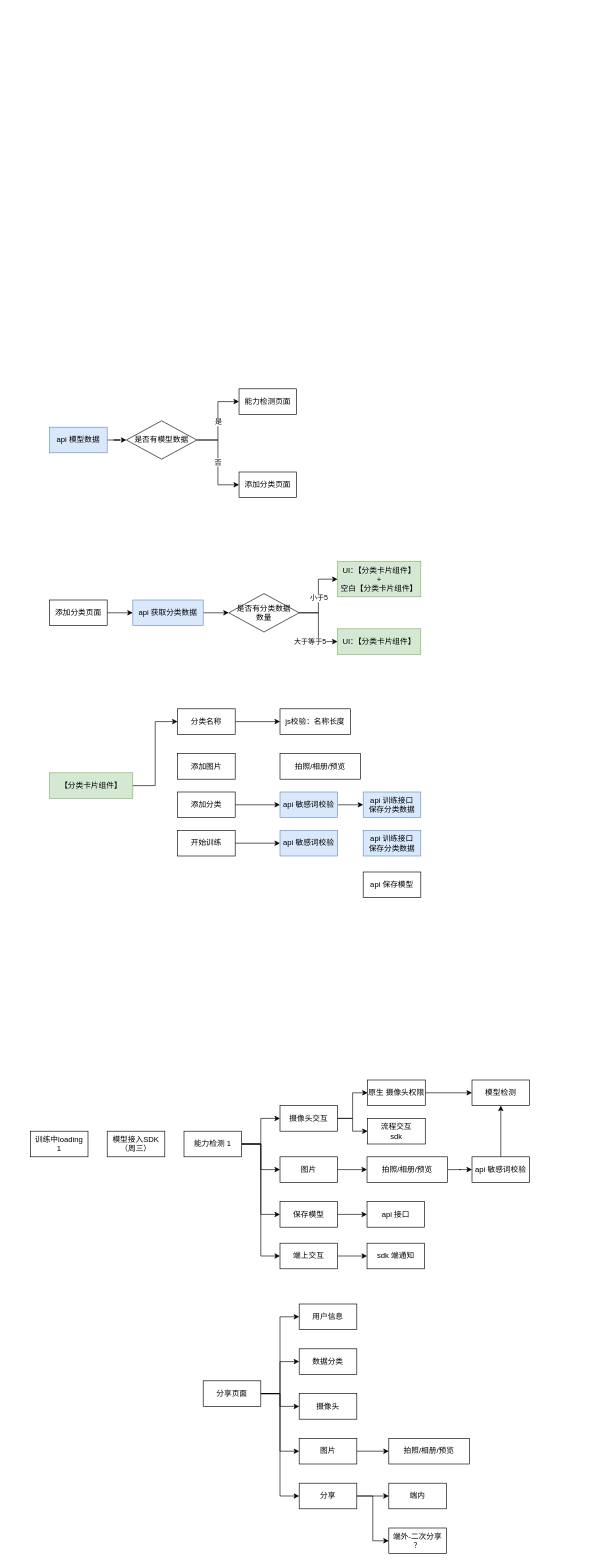
Above: page "物品识别" (9 of 9) of my-project/未命名绘图.drawio in gmtaurus/ceshi (draw.io), before the change. Source tidied: cells renumbered, new cells numbered last; positions are measured from the earlier drawing's top-left corner, leaving out a move shared by most shapes. Both pictures are drawn from the tidied source at 64%, with x=0, y=0 at pixel (30, 388).
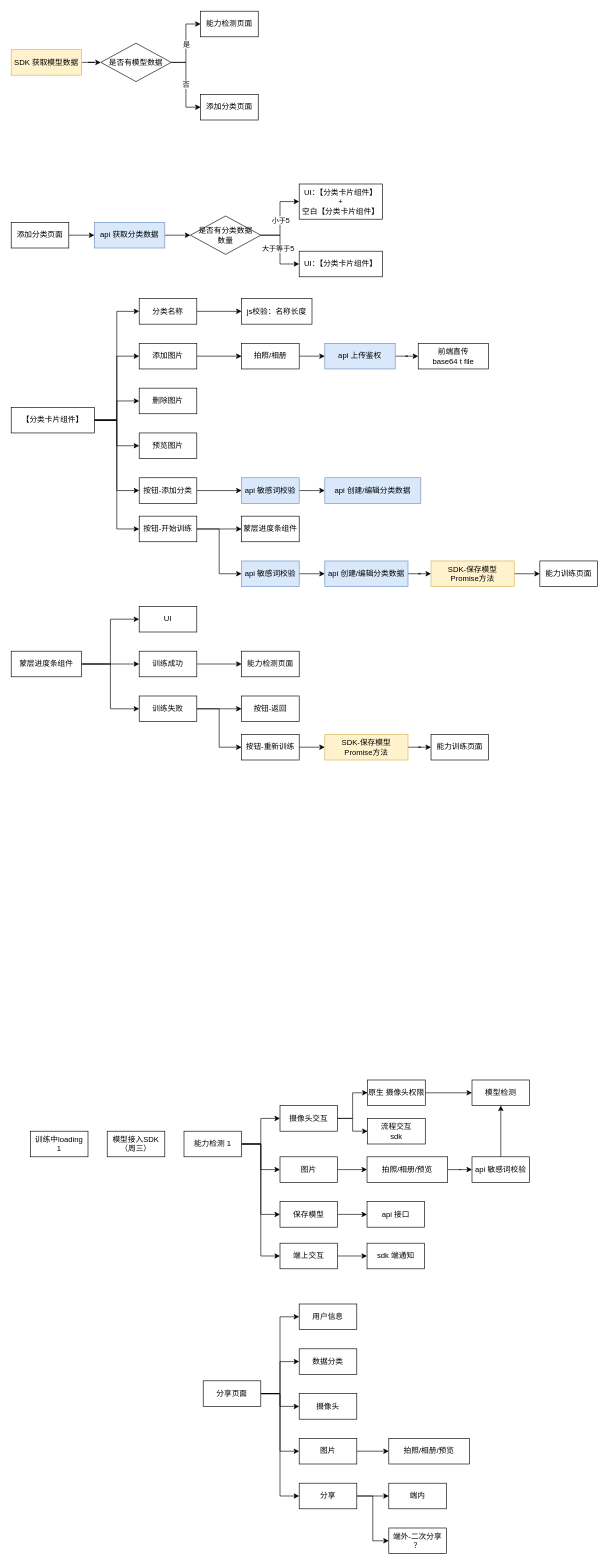
The same page after the edit.

Commit message (it also covers changes not shown here):
更新未命名绘图.drawio

Unchanged cells that the change refers to:
```xml
<mxCell id="60" style="edgeStyle=orthogonalEdgeStyle;rounded=0;jettySize=auto;html=1;exitX=1;exitY=0.5;exitDx=0;exitDy=0;entryX=0;entryY=0.5;entryDx=0;entryDy=0;" parent="1" edge="1" source="62" target="63">
  <mxGeometry relative="1" as="geometry" />
</mxCell>
```

Change to the diagram source:
```diff
@@
-    <mxCell id="28" value="api 模型数据" style="rounded=0;whiteSpace=wrap;html=1;fillColor=#dae8fc;strokeColor=#6c8ebf;" parent="1" vertex="1">
-      <mxGeometry x="30" y="60" width="90" height="40" as="geometry" />
+    <mxCell id="28" value="SDK 获取模型数据" style="rounded=0;whiteSpace=wrap;html=1;fillColor=#fff2cc;strokeColor=#d6b656;" parent="1" vertex="1">
+      <mxGeometry x="-30" y="-530" width="110" height="40" as="geometry" />
     </mxCell>
@@
     <mxCell id="32" value="能力检测页面" style="rounded=0;whiteSpace=wrap;html=1;" parent="1" vertex="1">
-      <mxGeometry x="326" width="90" height="40" as="geometry" />
+      <mxGeometry x="266" y="-590" width="90" height="40" as="geometry" />
     </mxCell>
@@
     <mxCell id="51" value="添加分类页面" style="rounded=0;whiteSpace=wrap;html=1;" parent="1" vertex="1">
-      <mxGeometry x="326" y="130" width="90" height="40" as="geometry" />
+      <mxGeometry x="266" y="-460" width="90" height="40" as="geometry" />
     </mxCell>
     <mxCell id="52" value="是否有模型数据" style="rhombus;whiteSpace=wrap;html=1;" parent="1" vertex="1">
-      <mxGeometry x="150" y="50" width="110" height="60" as="geometry" />
+      <mxGeometry x="110" y="-540" width="110" height="60" as="geometry" />
     </mxCell>
@@
     <mxCell id="54" value="api 获取分类数据" style="rounded=0;whiteSpace=wrap;html=1;fillColor=#dae8fc;strokeColor=#6c8ebf;" parent="1" vertex="1">
-      <mxGeometry x="160" y="330" width="110" height="40" as="geometry" />
+      <mxGeometry x="100" y="-260" width="110" height="40" as="geometry" />
     </mxCell>
@@
     <mxCell id="56" value="添加分类页面" style="rounded=0;whiteSpace=wrap;html=1;" parent="1" vertex="1">
-      <mxGeometry x="30" y="330" width="90" height="40" as="geometry" />
+      <mxGeometry x="-30" y="-260" width="90" height="40" as="geometry" />
     </mxCell>
-    <mxCell id="57" value="UI：【分类卡片组件】&lt;br&gt;+&lt;br&gt;空白【分类卡片组件】" style="rounded=0;whiteSpace=wrap;html=1;fillColor=#d5e8d4;strokeColor=#82b366;" parent="1" vertex="1">
-      <mxGeometry x="480" y="270" width="130" height="55" as="geometry" />
+    <mxCell id="57" value="UI：【分类卡片组件】&lt;br&gt;+&lt;br&gt;空白【分类卡片组件】" style="rounded=0;whiteSpace=wrap;html=1;" parent="1" vertex="1">
+      <mxGeometry x="420" y="-320" width="130" height="55" as="geometry" />
     </mxCell>
@@
     <mxCell id="61" value="大于等于5" style="edgeLabel;html=1;align=center;verticalAlign=middle;" parent="60" vertex="1">
       <mxGeometry x="0.5" y="2" relative="1" as="geometry">
-        <mxPoint x="-18" y="2" as="offset" />
+        <mxPoint x="-8" y="-23" as="offset" />
       </mxGeometry>
     </mxCell>
     <mxCell id="62" value="是否有分类数据&lt;br&gt;数量" style="rhombus;whiteSpace=wrap;html=1;" parent="1" vertex="1">
-      <mxGeometry x="310" y="320" width="110" height="60" as="geometry" />
+      <mxGeometry x="250" y="-270" width="110" height="60" as="geometry" />
     </mxCell>
-    <mxCell id="63" value="UI：【分类卡片组件】" style="rounded=0;whiteSpace=wrap;html=1;fillColor=#d5e8d4;strokeColor=#82b366;" parent="1" vertex="1">
-      <mxGeometry x="480" y="375" width="130" height="40" as="geometry" />
+    <mxCell id="63" value="UI：【分类卡片组件】" style="rounded=0;whiteSpace=wrap;html=1;" parent="1" vertex="1">
+      <mxGeometry x="420" y="-215" width="130" height="40" as="geometry" />
     </mxCell>
@@
+    <mxCell id="81" style="edgeStyle=orthogonalEdgeStyle;rounded=0;jettySize=auto;html=1;exitX=1;exitY=0.5;exitDx=0;exitDy=0;entryX=0;entryY=0.5;entryDx=0;entryDy=0;" parent="1" edge="1" source="65" target="68">
+      <mxGeometry relative="1" as="geometry" />
+    </mxCell>
+    <mxCell id="82" style="edgeStyle=orthogonalEdgeStyle;rounded=0;jettySize=auto;html=1;exitX=1;exitY=0.5;exitDx=0;exitDy=0;entryX=0;entryY=0.5;entryDx=0;entryDy=0;" parent="1" edge="1" source="65" target="72">
+      <mxGeometry relative="1" as="geometry" />
+    </mxCell>
+    <mxCell id="83" style="edgeStyle=orthogonalEdgeStyle;rounded=0;jettySize=auto;html=1;entryX=0;entryY=0.5;entryDx=0;entryDy=0;exitX=1;exitY=0.5;exitDx=0;exitDy=0;" parent="1" edge="1" source="65" target="70">
+      <mxGeometry relative="1" as="geometry" />
+    </mxCell>
+    <mxCell id="84" style="edgeStyle=orthogonalEdgeStyle;rounded=0;jettySize=auto;html=1;exitX=1;exitY=0.5;exitDx=0;exitDy=0;entryX=0;entryY=0.5;entryDx=0;entryDy=0;" parent="1" edge="1" source="65" target="92">
+      <mxGeometry relative="1" as="geometry" />
+    </mxCell>
+    <mxCell id="85" style="edgeStyle=orthogonalEdgeStyle;rounded=0;jettySize=auto;html=1;exitX=1;exitY=0.5;exitDx=0;exitDy=0;entryX=0;entryY=0.5;entryDx=0;entryDy=0;" parent="1" edge="1" source="65" target="93">
+      <mxGeometry relative="1" as="geometry" />
+    </mxCell>
-    <mxCell id="65" value="【分类卡片组件】" style="rounded=0;whiteSpace=wrap;html=1;fillColor=#d5e8d4;strokeColor=#82b366;" parent="1" vertex="1">
-      <mxGeometry x="30" y="600" width="130" height="40" as="geometry" />
+    <mxCell id="65" value="【分类卡片组件】" style="rounded=0;whiteSpace=wrap;html=1;" parent="1" vertex="1">
+      <mxGeometry x="-30" y="29" width="130" height="40" as="geometry" />
     </mxCell>
@@
     <mxCell id="67" value="分类名称" style="rounded=0;whiteSpace=wrap;html=1;" parent="1" vertex="1">
-      <mxGeometry x="230" y="500" width="90" height="40" as="geometry" />
+      <mxGeometry x="170" y="-141" width="90" height="40" as="geometry" />
     </mxCell>
+    <mxCell id="86" style="edgeStyle=orthogonalEdgeStyle;rounded=0;jettySize=auto;html=1;" parent="1" edge="1" source="68" target="80">
+      <mxGeometry relative="1" as="geometry" />
+    </mxCell>
     <mxCell id="68" value="添加图片" style="rounded=0;whiteSpace=wrap;html=1;" parent="1" vertex="1">
-      <mxGeometry x="230" y="570" width="90" height="40" as="geometry" />
+      <mxGeometry x="170" y="-71" width="90" height="40" as="geometry" />
     </mxCell>
@@
-    <mxCell id="70" value="添加分类" style="rounded=0;whiteSpace=wrap;html=1;" parent="1" vertex="1">
-      <mxGeometry x="230" y="630" width="90" height="40" as="geometry" />
+    <mxCell id="70" value="按钮-添加分类" style="rounded=0;whiteSpace=wrap;html=1;" parent="1" vertex="1">
+      <mxGeometry x="170" y="139" width="90" height="40" as="geometry" />
     </mxCell>
+    <mxCell id="87" style="edgeStyle=orthogonalEdgeStyle;rounded=0;jettySize=auto;html=1;" parent="1" edge="1" source="72" target="97">
+      <mxGeometry relative="1" as="geometry" />
+    </mxCell>
-    <mxCell id="71" style="edgeStyle=orthogonalEdgeStyle;rounded=0;jettySize=auto;html=1;" parent="1" edge="1" source="72" target="76">
+    <mxCell id="71" style="edgeStyle=orthogonalEdgeStyle;rounded=0;jettySize=auto;html=1;exitX=1;exitY=0.5;exitDx=0;exitDy=0;entryX=0;entryY=0.5;entryDx=0;entryDy=0;" parent="1" edge="1" source="72" target="76">
       <mxGeometry relative="1" as="geometry" />
     </mxCell>
-    <mxCell id="72" value="开始训练" style="rounded=0;whiteSpace=wrap;html=1;" parent="1" vertex="1">
-      <mxGeometry x="230" y="690" width="90" height="40" as="geometry" />
+    <mxCell id="72" value="按钮-开始训练" style="rounded=0;whiteSpace=wrap;html=1;" parent="1" vertex="1">
+      <mxGeometry x="170" y="199" width="90" height="40" as="geometry" />
     </mxCell>
     <mxCell id="73" value="js校验：名称长度" style="rounded=0;whiteSpace=wrap;html=1;" parent="1" vertex="1">
-      <mxGeometry x="390" y="500" width="110" height="40" as="geometry" />
+      <mxGeometry x="330" y="-141" width="110" height="40" as="geometry" />
     </mxCell>
@@
     <mxCell id="75" value="api 敏感词校验" style="rounded=0;whiteSpace=wrap;html=1;fillColor=#dae8fc;strokeColor=#6c8ebf;" parent="1" vertex="1">
-      <mxGeometry x="390" y="630" width="90" height="40" as="geometry" />
+      <mxGeometry x="330" y="139" width="90" height="40" as="geometry" />
     </mxCell>
+    <mxCell id="88" style="edgeStyle=orthogonalEdgeStyle;rounded=0;jettySize=auto;html=1;" parent="1" edge="1" source="76" target="78">
+      <mxGeometry relative="1" as="geometry" />
+    </mxCell>
     <mxCell id="76" value="api 敏感词校验" style="rounded=0;whiteSpace=wrap;html=1;fillColor=#dae8fc;strokeColor=#6c8ebf;" parent="1" vertex="1">
-      <mxGeometry x="390" y="690" width="90" height="40" as="geometry" />
+      <mxGeometry x="330" y="269" width="90" height="40" as="geometry" />
     </mxCell>
-    <mxCell id="77" value="api 训练接口&lt;br&gt;保存分类数据" style="rounded=0;whiteSpace=wrap;html=1;fillColor=#dae8fc;strokeColor=#6c8ebf;" parent="1" vertex="1">
-      <mxGeometry x="520" y="630" width="90" height="40" as="geometry" />
+    <mxCell id="77" value="api 创建/编辑分类数据" style="rounded=0;whiteSpace=wrap;html=1;fillColor=#dae8fc;strokeColor=#6c8ebf;" parent="1" vertex="1">
+      <mxGeometry x="460" y="139" width="150" height="40" as="geometry" />
     </mxCell>
+    <mxCell id="89" style="edgeStyle=orthogonalEdgeStyle;rounded=0;jettySize=auto;html=1;" parent="1" edge="1" source="78" target="79">
+      <mxGeometry relative="1" as="geometry" />
+    </mxCell>
-    <mxCell id="78" value="api 训练接口&lt;br&gt;保存分类数据" style="rounded=0;whiteSpace=wrap;html=1;fillColor=#dae8fc;strokeColor=#6c8ebf;" parent="1" vertex="1">
-      <mxGeometry x="520" y="690" width="90" height="40" as="geometry" />
+    <mxCell id="78" value="api 创建/编辑分类数据" style="rounded=0;whiteSpace=wrap;html=1;fillColor=#dae8fc;strokeColor=#6c8ebf;" parent="1" vertex="1">
+      <mxGeometry x="460" y="269" width="130" height="40" as="geometry" />
     </mxCell>
+    <mxCell id="90" style="edgeStyle=orthogonalEdgeStyle;rounded=0;jettySize=auto;html=1;" parent="1" edge="1" source="79" target="114">
+      <mxGeometry relative="1" as="geometry" />
+    </mxCell>
-    <mxCell id="79" value="api 保存模型" style="rounded=0;whiteSpace=wrap;html=1;" parent="1" vertex="1">
-      <mxGeometry x="520" y="755" width="90" height="40" as="geometry" />
+    <mxCell id="79" value="SDK-保存模型&lt;br&gt;Promise方法" style="rounded=0;whiteSpace=wrap;html=1;fillColor=#fff2cc;strokeColor=#d6b656;" parent="1" vertex="1">
+      <mxGeometry x="626" y="269" width="130" height="40" as="geometry" />
     </mxCell>
+    <mxCell id="91" style="edgeStyle=orthogonalEdgeStyle;rounded=0;jettySize=auto;html=1;" parent="1" edge="1" source="80" target="95">
+      <mxGeometry relative="1" as="geometry" />
+    </mxCell>
-    <mxCell id="80" value="拍照/相册/预览" style="rounded=0;whiteSpace=wrap;html=1;" parent="1" vertex="1">
-      <mxGeometry x="390" y="570" width="126" height="40" as="geometry" />
+    <mxCell id="80" value="拍照/相册" style="rounded=0;whiteSpace=wrap;html=1;" parent="1" vertex="1">
+      <mxGeometry x="330" y="-71" width="90" height="40" as="geometry" />
     </mxCell>
+    <mxCell id="92" value="删除图片" style="rounded=0;whiteSpace=wrap;html=1;" parent="1" vertex="1">
+      <mxGeometry x="170" y="-1" width="90" height="40" as="geometry" />
+    </mxCell>
+    <mxCell id="93" value="预览图片" style="rounded=0;whiteSpace=wrap;html=1;" parent="1" vertex="1">
+      <mxGeometry x="170" y="69" width="90" height="40" as="geometry" />
+    </mxCell>
+    <mxCell id="94" style="edgeStyle=orthogonalEdgeStyle;rounded=0;jettySize=auto;html=1;" parent="1" edge="1" source="95" target="96">
+      <mxGeometry relative="1" as="geometry" />
+    </mxCell>
+    <mxCell id="95" value="api 上传鉴权" style="rounded=0;whiteSpace=wrap;html=1;fillColor=#dae8fc;strokeColor=#6c8ebf;" parent="1" vertex="1">
+      <mxGeometry x="460" y="-71" width="110" height="40" as="geometry" />
+    </mxCell>
+    <mxCell id="96" value="前端直传&lt;br&gt;base64 t file" style="rounded=0;whiteSpace=wrap;html=1;" parent="1" vertex="1">
+      <mxGeometry x="606" y="-71" width="110" height="40" as="geometry" />
+    </mxCell>
+    <mxCell id="97" value="蒙层进度条组件" style="rounded=0;whiteSpace=wrap;html=1;" parent="1" vertex="1">
+      <mxGeometry x="330" y="199" width="90" height="40" as="geometry" />
+    </mxCell>
+    <mxCell id="98" style="edgeStyle=orthogonalEdgeStyle;rounded=0;jettySize=auto;html=1;exitX=1;exitY=0.5;exitDx=0;exitDy=0;entryX=0;entryY=0.5;entryDx=0;entryDy=0;" parent="1" edge="1" source="101" target="102">
+      <mxGeometry relative="1" as="geometry" />
+    </mxCell>
+    <mxCell id="99" style="edgeStyle=orthogonalEdgeStyle;rounded=0;jettySize=auto;html=1;exitX=1;exitY=0.5;exitDx=0;exitDy=0;entryX=0;entryY=0.5;entryDx=0;entryDy=0;" parent="1" edge="1" source="101" target="104">
+      <mxGeometry relative="1" as="geometry" />
+    </mxCell>
+    <mxCell id="100" style="edgeStyle=orthogonalEdgeStyle;rounded=0;jettySize=auto;html=1;exitX=1;exitY=0.5;exitDx=0;exitDy=0;entryX=0;entryY=0.5;entryDx=0;entryDy=0;" parent="1" edge="1" source="101" target="107">
+      <mxGeometry relative="1" as="geometry" />
+    </mxCell>
+    <mxCell id="101" value="蒙层进度条组件" style="rounded=0;whiteSpace=wrap;html=1;" parent="1" vertex="1">
+      <mxGeometry x="-30" y="410" width="110" height="40" as="geometry" />
+    </mxCell>
+    <mxCell id="102" value="UI" style="rounded=0;whiteSpace=wrap;html=1;" parent="1" vertex="1">
+      <mxGeometry x="170" y="340" width="90" height="40" as="geometry" />
+    </mxCell>
+    <mxCell id="103" style="edgeStyle=orthogonalEdgeStyle;rounded=0;jettySize=auto;html=1;" parent="1" edge="1" source="104" target="108">
+      <mxGeometry relative="1" as="geometry" />
+    </mxCell>
+    <mxCell id="104" value="训练成功" style="rounded=0;whiteSpace=wrap;html=1;" parent="1" vertex="1">
+      <mxGeometry x="170" y="410" width="90" height="40" as="geometry" />
+    </mxCell>
+    <mxCell id="105" style="edgeStyle=orthogonalEdgeStyle;rounded=0;jettySize=auto;html=1;" parent="1" edge="1" source="107" target="109">
+      <mxGeometry relative="1" as="geometry" />
+    </mxCell>
+    <mxCell id="106" style="edgeStyle=orthogonalEdgeStyle;rounded=0;jettySize=auto;html=1;exitX=1;exitY=0.5;exitDx=0;exitDy=0;entryX=0;entryY=0.5;entryDx=0;entryDy=0;" parent="1" edge="1" source="107" target="111">
+      <mxGeometry relative="1" as="geometry" />
+    </mxCell>
+    <mxCell id="107" value="训练失败" style="rounded=0;whiteSpace=wrap;html=1;" parent="1" vertex="1">
+      <mxGeometry x="170" y="480" width="90" height="40" as="geometry" />
+    </mxCell>
+    <mxCell id="108" value="能力检测页面" style="rounded=0;whiteSpace=wrap;html=1;" parent="1" vertex="1">
+      <mxGeometry x="330" y="410" width="90" height="40" as="geometry" />
+    </mxCell>
+    <mxCell id="109" value="按钮-返回" style="rounded=0;whiteSpace=wrap;html=1;" parent="1" vertex="1">
+      <mxGeometry x="330" y="480" width="90" height="40" as="geometry" />
+    </mxCell>
+    <mxCell id="110" style="edgeStyle=orthogonalEdgeStyle;rounded=0;jettySize=auto;html=1;" parent="1" edge="1" source="111" target="113">
+      <mxGeometry relative="1" as="geometry" />
+    </mxCell>
+    <mxCell id="111" value="按钮-重新训练" style="rounded=0;whiteSpace=wrap;html=1;" parent="1" vertex="1">
+      <mxGeometry x="330" y="540" width="90" height="40" as="geometry" />
+    </mxCell>
+    <mxCell id="112" style="edgeStyle=orthogonalEdgeStyle;rounded=0;jettySize=auto;html=1;" parent="1" edge="1" source="113" target="115">
+      <mxGeometry relative="1" as="geometry" />
+    </mxCell>
+    <mxCell id="113" value="SDK-保存模型&lt;br&gt;Promise方法" style="rounded=0;whiteSpace=wrap;html=1;fillColor=#fff2cc;strokeColor=#d6b656;" parent="1" vertex="1">
+      <mxGeometry x="460" y="540" width="130" height="40" as="geometry" />
+    </mxCell>
+    <mxCell id="114" value="能力训练页面" style="rounded=0;whiteSpace=wrap;html=1;" parent="1" vertex="1">
+      <mxGeometry x="796" y="269" width="90" height="40" as="geometry" />
+    </mxCell>
+    <mxCell id="115" value="能力训练页面" style="rounded=0;whiteSpace=wrap;html=1;" parent="1" vertex="1">
+      <mxGeometry x="626" y="540" width="90" height="40" as="geometry" />
+    </mxCell>
```
